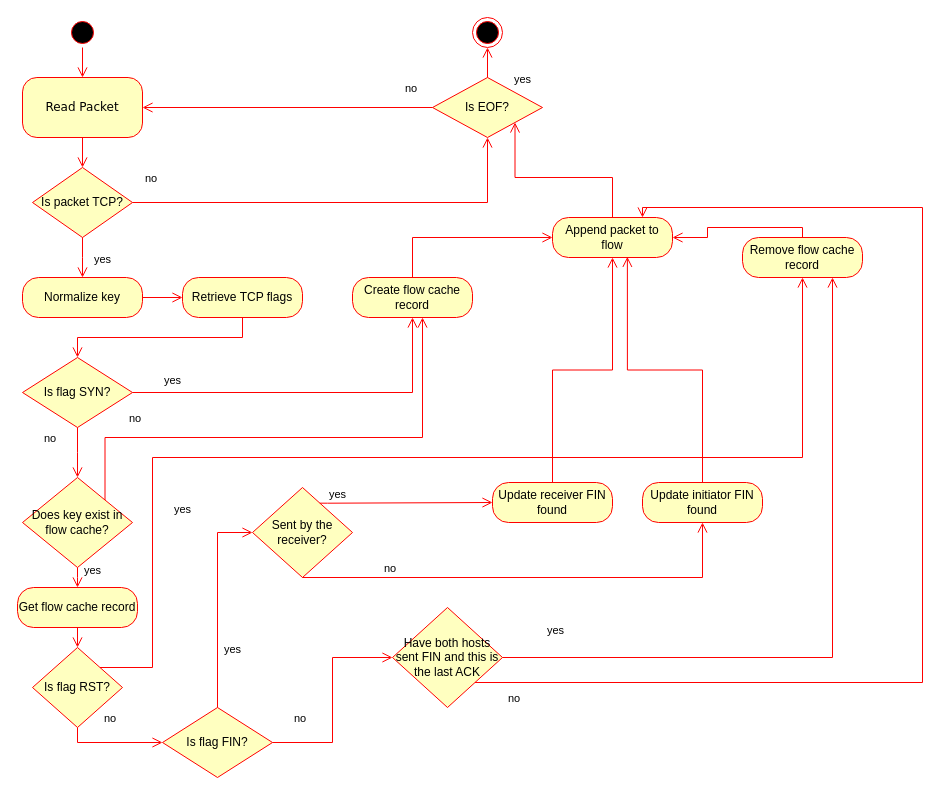
Above: doc/WebShark_FlowReassembling_Activity.drawio in Zabuelis/WebShark (draw.io), before the change. Source tidied: cells renumbered, new cells numbered last; positions are measured from the earlier drawing's top-left corner, leaving out a move shared by most shapes. Both pictures are drawn from the tidied source at 100%, with x=0, y=0 at pixel (17, 17).
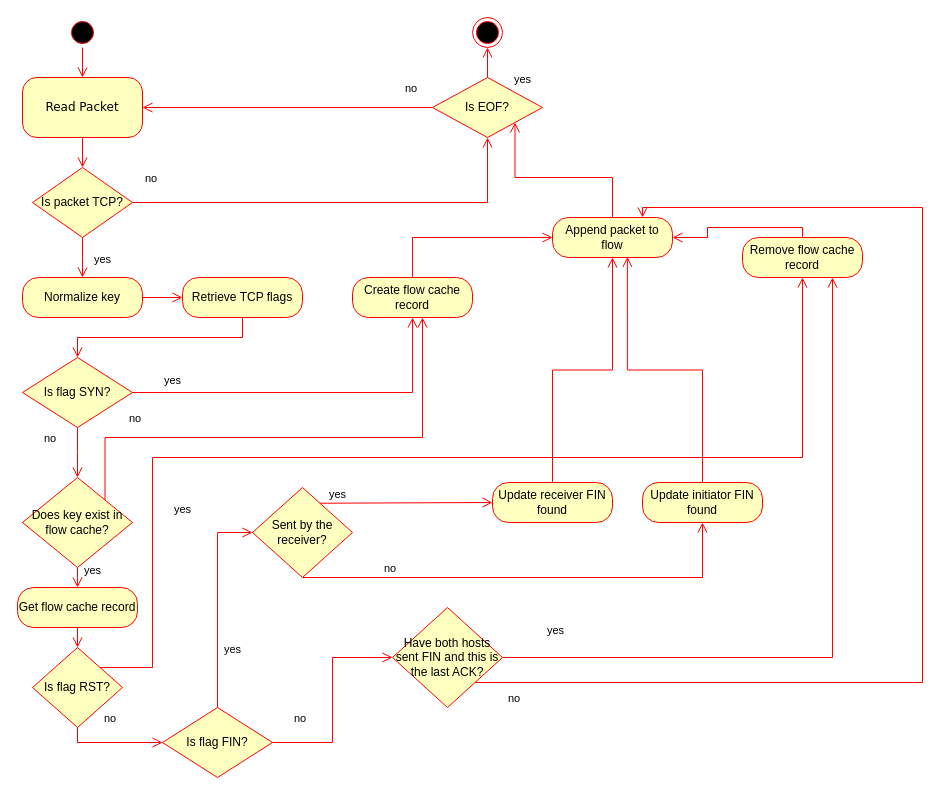
Above is the later version.

Commit message (it also covers changes not shown here):
Flow reassembling diagram update.

What changed in the source:
```diff
@@
-    <mxCell id="38" value="Have both hosts sent FIN and this is the last ACK" style="rhombus;whiteSpace=wrap;html=1;fontColor=#000000;fillColor=#ffffc0;strokeColor=#ff0000;" parent="1" vertex="1">
+    <mxCell id="38" value="Have both hosts sent FIN and this is the last ACK?" style="rhombus;whiteSpace=wrap;html=1;fontColor=#000000;fillColor=#ffffc0;strokeColor=#ff0000;" parent="1" vertex="1">
       <mxGeometry x="375" y="590" width="110" height="100" as="geometry" />
     </mxCell>
```
